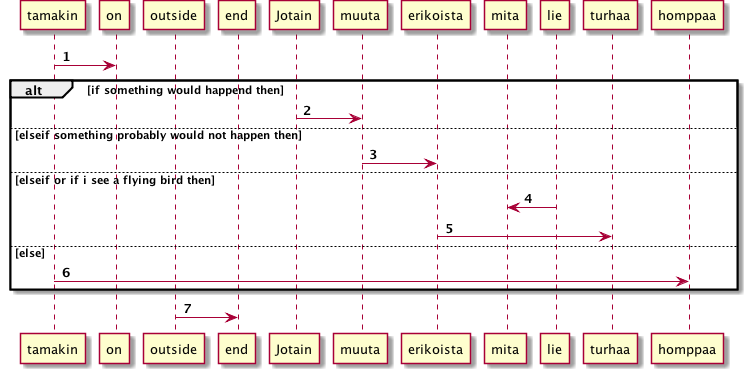
Before: ref/plantuml_sequence/state_conditionals_plantuml_sequence.png, a diagram exported from PlantUML (ede73/diagrammer). Source of this version:
```plantuml
@startuml
autonumber
participant  "tamakin" as  q
participant  "on" as  w
participant  outside
participant  end
q->w
alt if something would happend then
  participant  "Jotain" as  a
  participant  "muuta" as  b
  a->b
else elseif something probably would not happen then
  participant  "erikoista" as  c
  b->c
else elseif or if i see a flying bird then
  participant  "mita" as  then
  participant  "lie" as  elseif
  participant  "turhaa" as  z
  elseif->then
  c->z
else else
  participant  "homppaa" as  m
  q->m
end endif
outside->end
@enduml
```
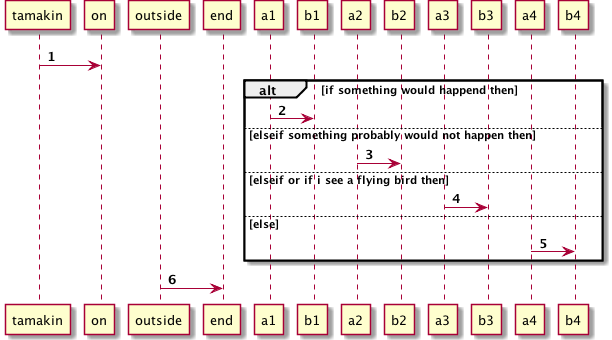
Later version of the same file.

The edit, as a diff of the source:
```diff
@@ -6,21 +6,21 @@
 participant  end
 q->w
 alt if something would happend then
-  participant  "Jotain" as  a
-  participant  "muuta" as  b
-  a->b
+  participant  a1
+  participant  b1
+  a1->b1
 else elseif something probably would not happen then
-  participant  "erikoista" as  c
-  b->c
+  participant  a2
+  participant  b2
+  a2->b2
 else elseif or if i see a flying bird then
-  participant  "mita" as  then
-  participant  "lie" as  elseif
-  participant  "turhaa" as  z
-  elseif->then
-  c->z
+  participant  a3
+  participant  b3
+  a3->b3
 else else
-  participant  "homppaa" as  m
-  q->m
+  participant  a4
+  participant  b4
+  a4->b4
 end endif
 outside->end
 @enduml
```
